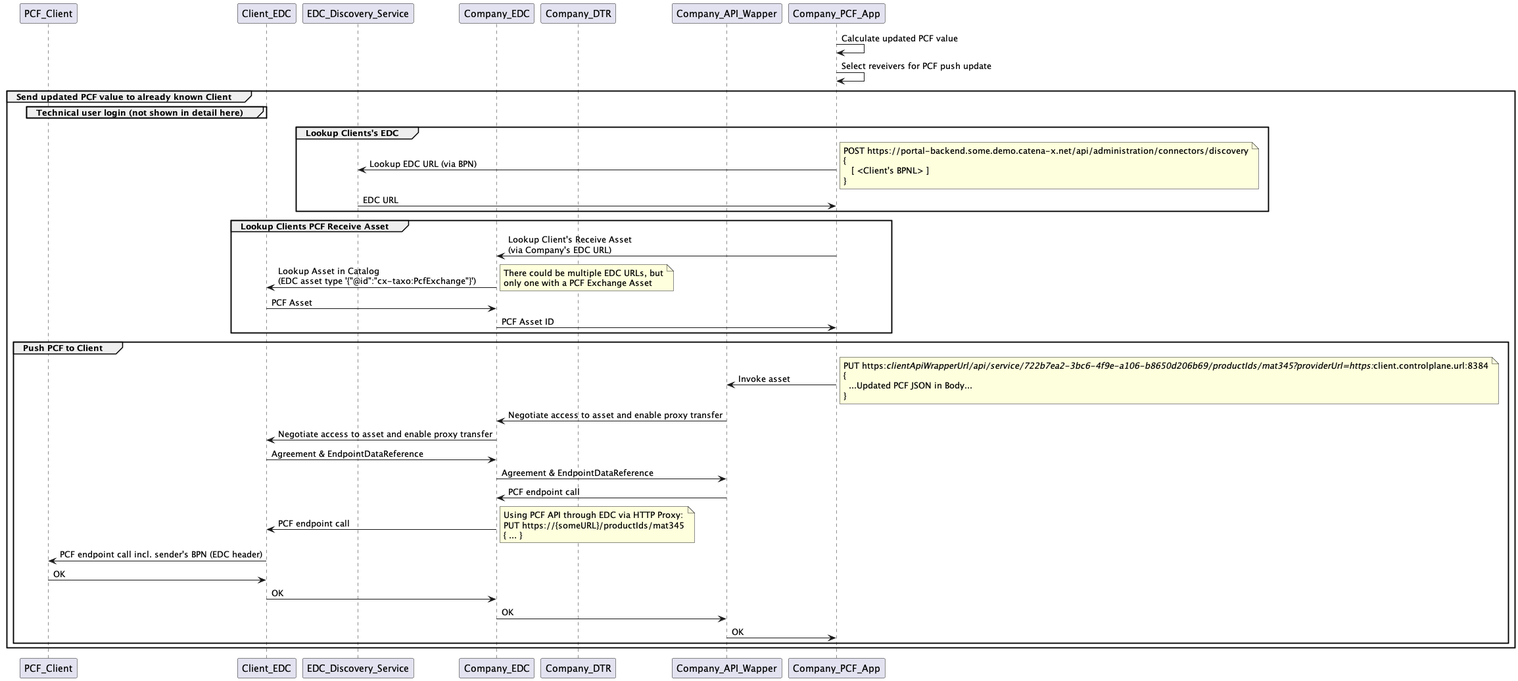
catenax-eV/catenax-ev.github.io keeps this PlantUML diagram as docs/standards/CX-0136-UseCasePCF/assets/PCFUpdatePushedThroughEDC.png. Above is the earlier version.
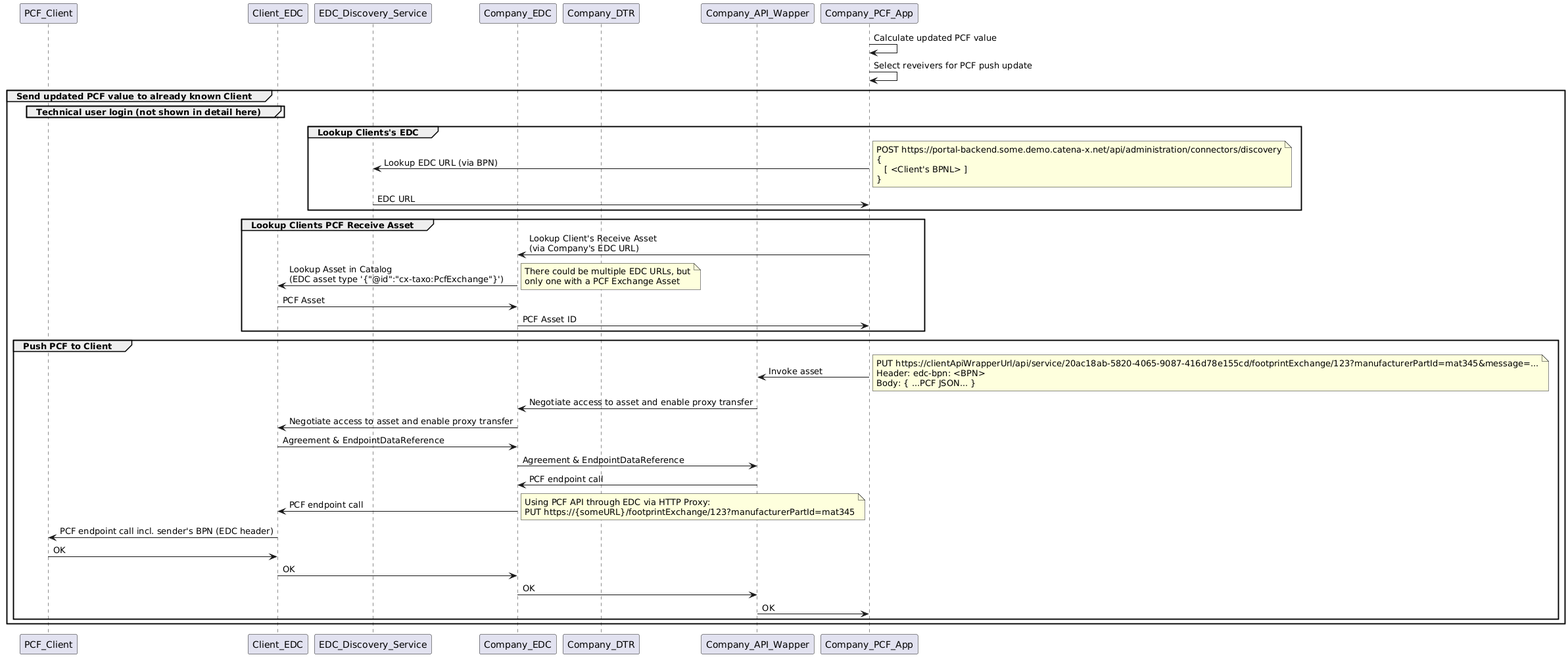
After the commit.

Diff of the diagram source:
```diff
@@ -1,5 +1,4 @@
-@startuml "PCF Update pushed through EDC"
-
+@startuml
 participant PCF_Client
 participant Client_EDC
 participant EDC_Discovery_Service
@@ -41,10 +40,9 @@
 group Push PCF to Client
 Company_PCF_App -> Company_API_Wapper: Invoke asset
 note right
-PUT https://clientApiWrapperUrl/api/service/722b7ea2-3bc6-4f9e-a106-b8650d206b69/productIds/mat345?providerUrl=https://client.controlplane.url:8384
-{
-  ...Updated PCF JSON in Body...
-}
+PUT https://clientApiWrapperUrl/api/service/20ac18ab-5820-4065-9087-416d78e155cd/footprintExchange/123?manufacturerPartId=mat345&message=...
+Header: edc-bpn: <BPN>
+Body: { ...PCF JSON... }
 end note
 Company_API_Wapper -> Company_EDC: Negotiate access to asset and enable proxy transfer
 Company_EDC -> Client_EDC: Negotiate access to asset and enable proxy transfer
@@ -54,8 +52,7 @@
 Company_EDC -> Client_EDC: PCF endpoint call
 note right
 Using PCF API through EDC via HTTP Proxy:
-PUT https://{someURL}/productIds/mat345
-{ ... }
+PUT https://{someURL}/footprintExchange/123?manufacturerPartId=mat345
 end note
 Client_EDC -> PCF_Client: PCF endpoint call incl. sender's BPN (EDC header)
 PCF_Client -> Client_EDC: OK
@@ -64,5 +61,4 @@
 Company_API_Wapper -> Company_PCF_App: OK
 end
 end
-
 @enduml
```
